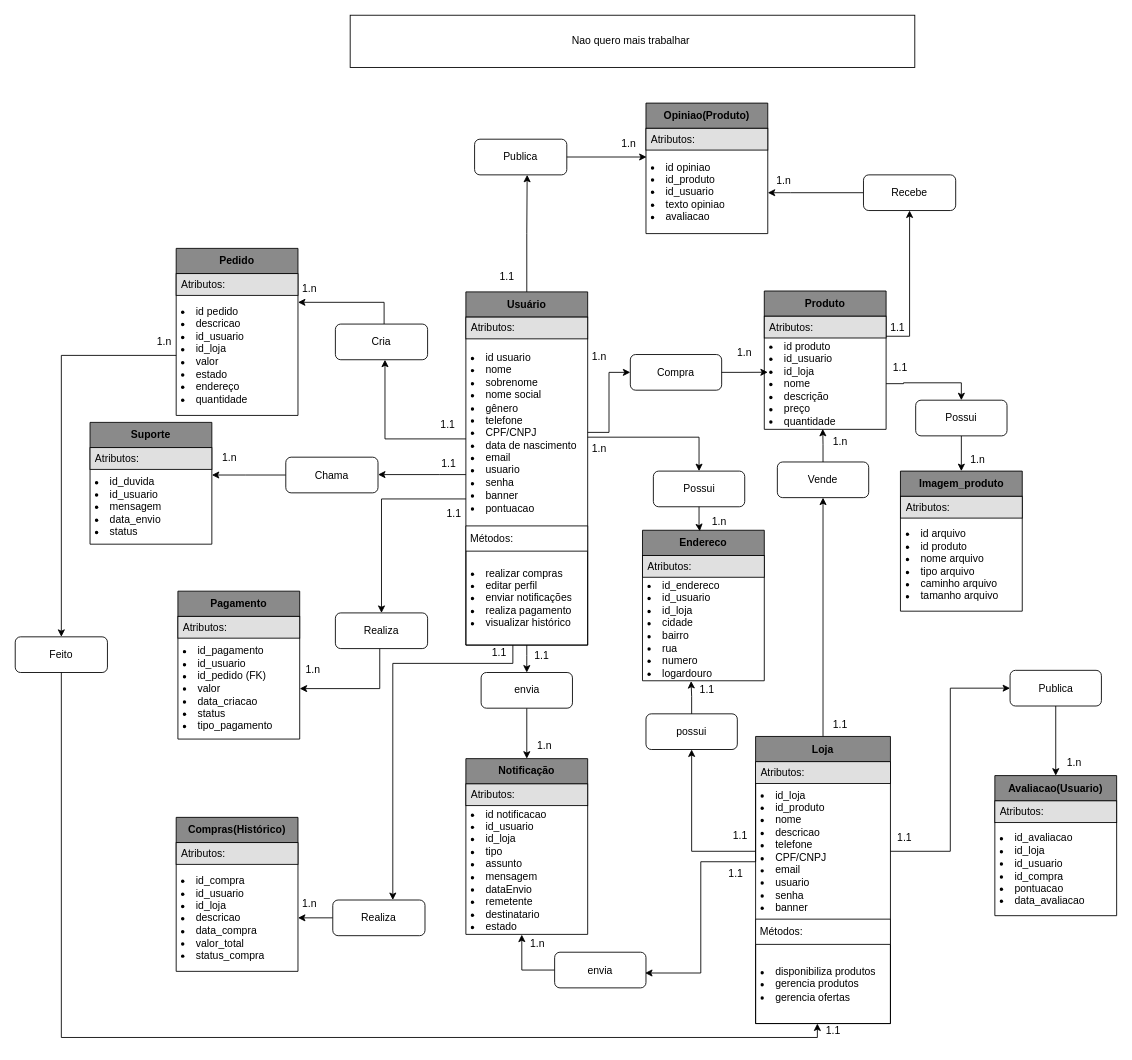
The draw.io diagram z1 documentacao/Diagrama De Classes.drawio in RenanXT/Projeto_MarketPlace, before the edit. Source tidied: cells renumbered, new cells numbered last; positions are measured from the earlier drawing's top-left corner, leaving out a move shared by most shapes. Both pictures are drawn from the tidied source at 87%, with x=0, y=0 at pixel (15, 15).
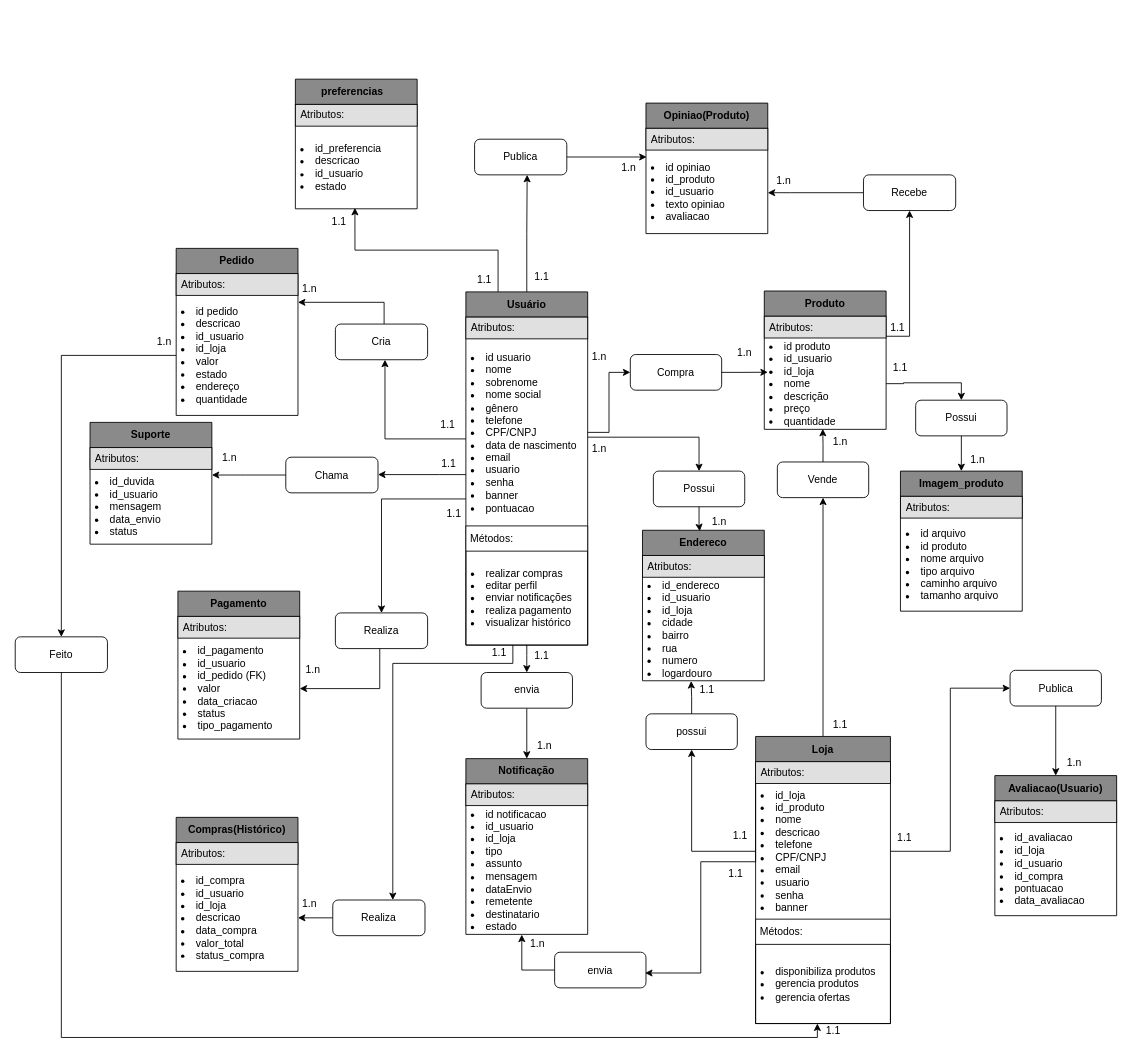
The same page after the edit.

The change refers to these unchanged cells:
```xml
<mxCell id="3" value="Usuário" style="swimlane;fontStyle=1;align=center;verticalAlign=middle;horizontal=1;startSize=29;html=1;whiteSpace=wrap;fillColor=#8A8A8A;rounded=0;" parent="1" vertex="1">
  <mxGeometry x="518" y="318" width="140" height="406" as="geometry" />
</mxCell>
```

Diff of the diagram source:
```diff
@@
     <mxCell id="89" value="1.n" style="text;html=1;align=center;verticalAlign=middle;strokeColor=none;fillColor=none;" parent="1" vertex="1">
-      <mxGeometry x="685" y="133" width="40" height="30" as="geometry" />
+      <mxGeometry x="685" y="161" width="40" height="30" as="geometry" />
     </mxCell>
     <mxCell id="90" value="1.1" style="text;html=1;align=center;verticalAlign=middle;strokeColor=none;fillColor=none;" parent="1" vertex="1">
-      <mxGeometry x="547.5" y="288" width="35" height="26" as="geometry" />
+      <mxGeometry x="587.5" y="288" width="35" height="26" as="geometry" />
     </mxCell>
@@
-    <mxCell id="115" value="Nao quero mais trabalhar&amp;nbsp;" style="rounded=0;whiteSpace=wrap;html=1;" parent="1" vertex="1">
-      <mxGeometry x="385" width="649" height="60" as="geometry" />
-    </mxCell>
@@
+    <mxCell id="123" value="preferencias&lt;span style=&quot;white-space: pre;&quot;&gt;&#9;&lt;/span&gt;" style="swimlane;fontStyle=1;align=center;verticalAlign=middle;horizontal=1;startSize=29;html=1;whiteSpace=wrap;fillColor=#8A8A8A;rounded=0;" parent="1" vertex="1">
+      <mxGeometry x="322" y="73.5" width="140" height="149" as="geometry" />
+    </mxCell>
+    <mxCell id="124" value="Atributos:" style="text;html=1;strokeColor=default;fillColor=#E0E0E0;align=left;verticalAlign=middle;spacingLeft=4;spacingRight=4;overflow=hidden;whiteSpace=wrap;textShadow=0;labelBorderColor=none;labelBackgroundColor=none;rounded=0;" parent="123" vertex="1">
+      <mxGeometry y="29" width="140" height="25" as="geometry" />
+    </mxCell>
+    <mxCell id="125" value="&lt;li&gt;id_preferencia&lt;/li&gt;&lt;li&gt;descricao&lt;/li&gt;&lt;li&gt;id_usuario&lt;/li&gt;&lt;li&gt;estado&lt;/li&gt;" style="text;html=1;strokeColor=none;fillColor=none;align=left;verticalAlign=middle;spacingLeft=4;spacingRight=4;overflow=hidden;points=[[0,0.5],[1,0.5]];portConstraint=eastwest;whiteSpace=wrap;rounded=0;" parent="123" vertex="1">
+      <mxGeometry y="54" width="140" height="95" as="geometry" />
+    </mxCell>
+    <mxCell id="126" style="edgeStyle=orthogonalEdgeStyle;rounded=0;jettySize=auto;html=1;entryX=0.489;entryY=0.989;entryDx=0;entryDy=0;entryPerimeter=0;" parent="1" edge="1" source="3" target="125">
+      <mxGeometry relative="1" as="geometry">
+        <Array as="points">
+          <mxPoint x="555" y="270" />
+          <mxPoint x="391" y="270" />
+        </Array>
+      </mxGeometry>
+    </mxCell>
+    <mxCell id="127" value="1.1" style="text;html=1;align=center;verticalAlign=middle;strokeColor=none;fillColor=none;" parent="1" vertex="1">
+      <mxGeometry x="521" y="291" width="35" height="26" as="geometry" />
+    </mxCell>
+    <mxCell id="128" value="1.1" style="text;html=1;align=center;verticalAlign=middle;strokeColor=none;fillColor=none;" parent="1" vertex="1">
+      <mxGeometry x="354" y="224.5" width="35" height="26" as="geometry" />
+    </mxCell>
```
